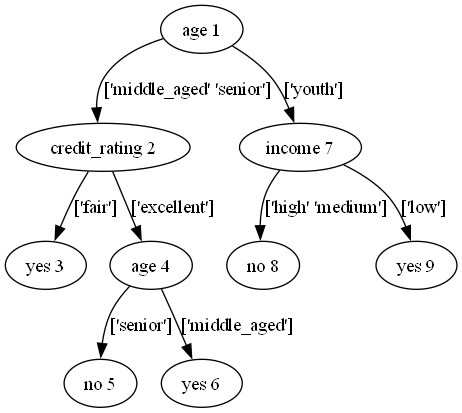
Before: 07_decision_tree_gini/tree_visualization.png, a diagram exported from Graphviz (VaheHayrapetyan24/CS340B). Its source is kept beside it as 07_decision_tree_gini/tree_visualization.dot.
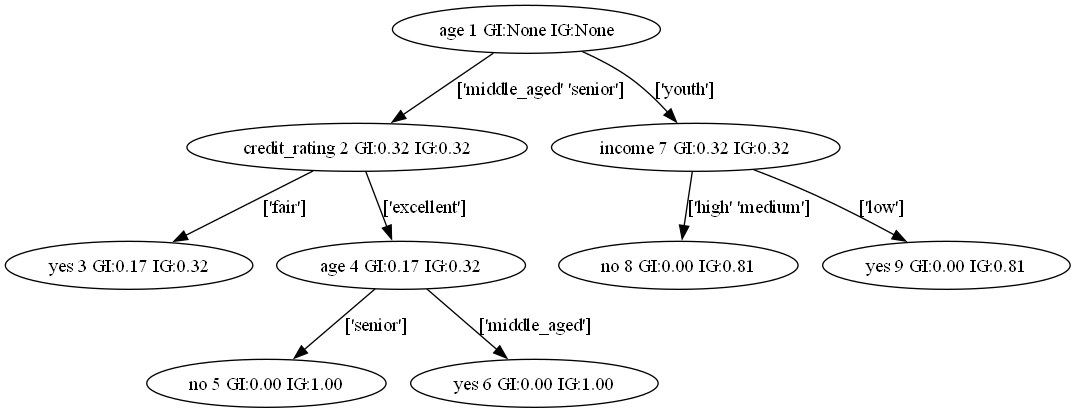
The same file after the commit.

Change to the diagram source:
```diff
@@ -1,19 +1,19 @@
 digraph tree {
-    "age 1";
-    "credit_rating 2";
-    "yes 3";
-    "age 4";
-    "no 5";
-    "yes 6";
-    "income 7";
-    "no 8";
-    "yes 9";
-    "age 1" -> "credit_rating 2" [label="['middle_aged' 'senior']"];
-    "age 1" -> "income 7" [label="['youth']"];
-    "credit_rating 2" -> "yes 3" [label="['fair']"];
-    "credit_rating 2" -> "age 4" [label="['excellent']"];
-    "age 4" -> "no 5" [label="['senior']"];
-    "age 4" -> "yes 6" [label="['middle_aged']"];
-    "income 7" -> "no 8" [label="['high' 'medium']"];
-    "income 7" -> "yes 9" [label="['low']"];
+    "age 1 GI:None IG:None";
+    "credit_rating 2 GI:0.32 IG:0.32";
+    "yes 3 GI:0.17 IG:0.32";
+    "age 4 GI:0.17 IG:0.32";
+    "no 5 GI:0.00 IG:1.00";
+    "yes 6 GI:0.00 IG:1.00";
+    "income 7 GI:0.32 IG:0.32";
+    "no 8 GI:0.00 IG:0.81";
+    "yes 9 GI:0.00 IG:0.81";
+    "age 1 GI:None IG:None" -> "credit_rating 2 GI:0.32 IG:0.32" [label="['middle_aged' 'senior']"];
+    "age 1 GI:None IG:None" -> "income 7 GI:0.32 IG:0.32" [label="['youth']"];
+    "credit_rating 2 GI:0.32 IG:0.32" -> "yes 3 GI:0.17 IG:0.32" [label="['fair']"];
+    "credit_rating 2 GI:0.32 IG:0.32" -> "age 4 GI:0.17 IG:0.32" [label="['excellent']"];
+    "age 4 GI:0.17 IG:0.32" -> "no 5 GI:0.00 IG:1.00" [label="['senior']"];
+    "age 4 GI:0.17 IG:0.32" -> "yes 6 GI:0.00 IG:1.00" [label="['middle_aged']"];
+    "income 7 GI:0.32 IG:0.32" -> "no 8 GI:0.00 IG:0.81" [label="['high' 'medium']"];
+    "income 7 GI:0.32 IG:0.32" -> "yes 9 GI:0.00 IG:0.81" [label="['low']"];
 }
```
